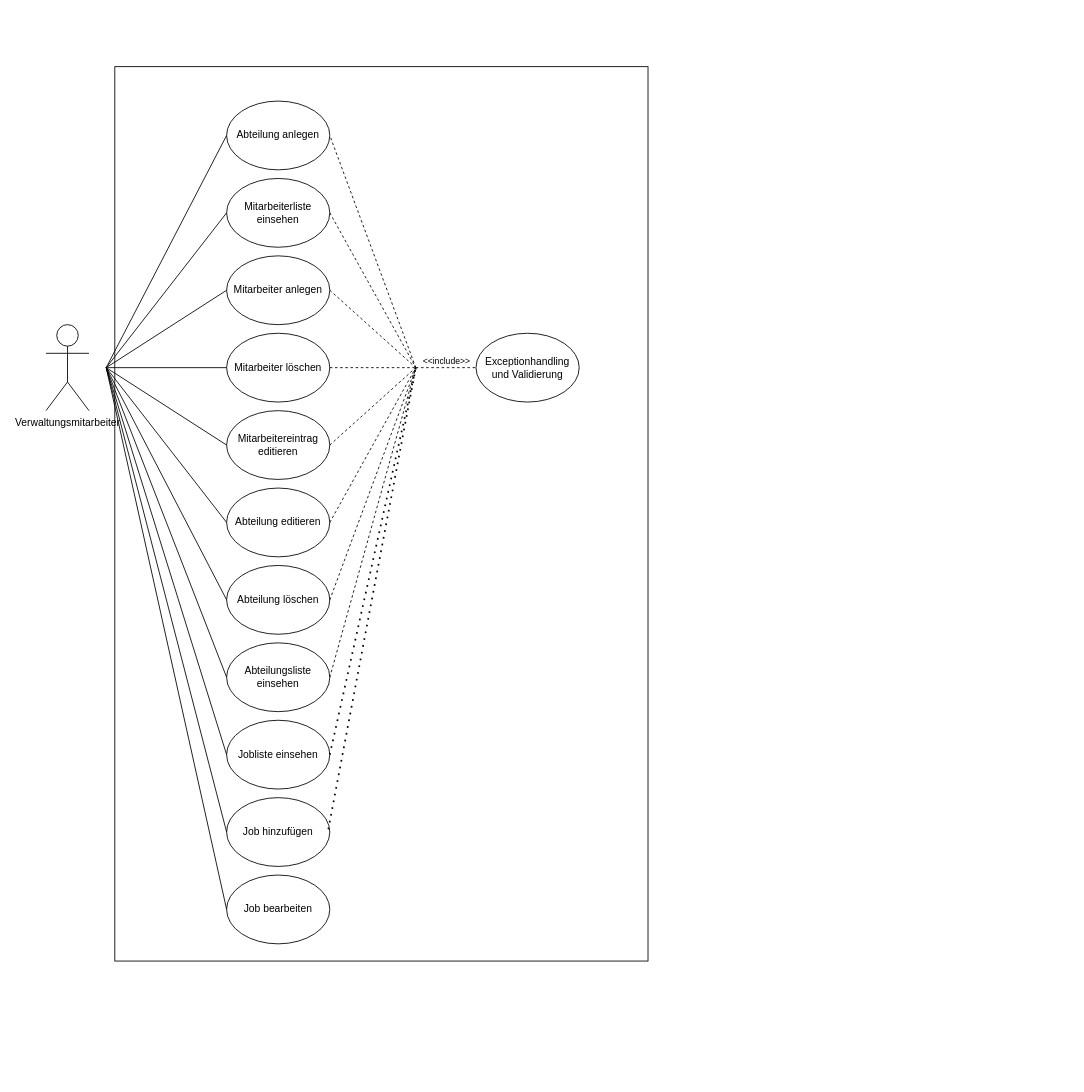
Earlier version of the draw.io diagram diagramme/usecase_diagram.drawio (patrickpfaff/lf08_erp_projekt). Source tidied: cells renumbered, new cells numbered last; positions are measured from the earlier drawing's top-left corner, leaving out a move shared by most shapes. Both pictures are drawn from the tidied source at 86%, with x=0, y=0 at pixel (46, 66).
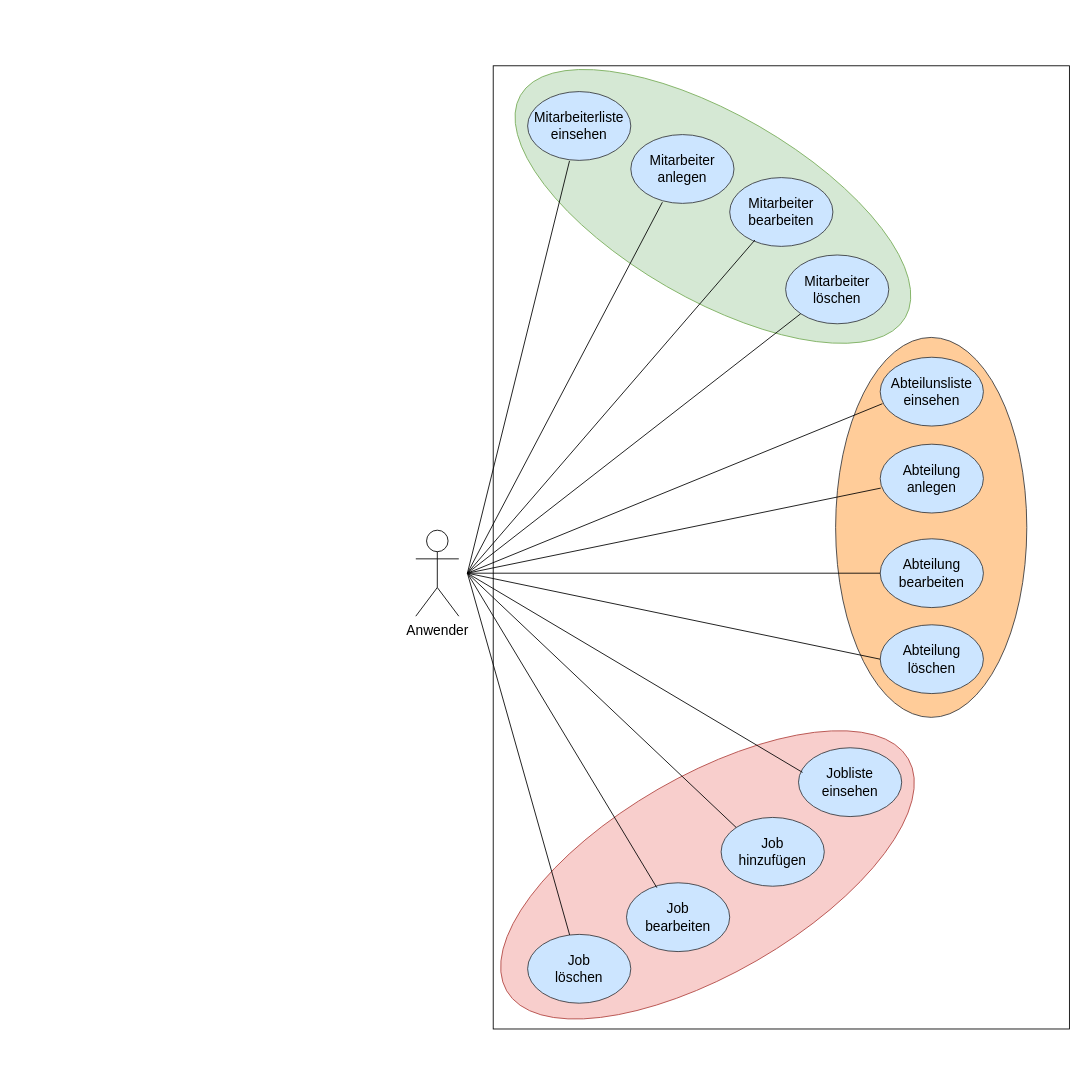
The same page after the edit.

Change to the diagram source:
```diff
@@
     <mxCell id="2" style="rounded=0;whiteSpace=wrap;html=1;" parent="1" vertex="1">
-      <mxGeometry x="80" width="620" height="1040" as="geometry" />
+      <mxGeometry x="520" y="-1" width="670" height="1120" as="geometry" />
     </mxCell>
+    <mxCell id="39" style="ellipse;whiteSpace=wrap;html=1;rotation=30;fillColor=#d5e8d4;strokeColor=#82b366;" parent="1" vertex="1">
+      <mxGeometry x="517.1" y="55" width="516.7" height="215" as="geometry" />
+    </mxCell>
+    <mxCell id="40" style="ellipse;whiteSpace=wrap;html=1;rotation=-90;fillColor=#ffcc99;strokeColor=#36393d;" parent="1" vertex="1">
+      <mxGeometry x="808.4" y="424.6" width="441.8" height="222.3" as="geometry" />
+    </mxCell>
+    <mxCell id="41" style="ellipse;whiteSpace=wrap;html=1;rotation=-30;fillColor=#f8cecc;strokeColor=#b85450;" parent="1" vertex="1">
+      <mxGeometry x="499.5" y="824.8" width="539.3" height="230" as="geometry" />
+    </mxCell>
-    <mxCell id="3" value="Verwaltungsmitarbeiter" style="shape=umlActor;verticalLabelPosition=bottom;verticalAlign=top;html=1;" parent="1" vertex="1">
-      <mxGeometry y="300" width="50" height="100" as="geometry" />
+    <mxCell id="3" value="&lt;span style=&quot;font-size: 16px;&quot;&gt;Anwender&lt;/span&gt;" style="shape=umlActor;verticalLabelPosition=bottom;verticalAlign=top;html=1;" parent="1" vertex="1">
+      <mxGeometry x="430" y="539" width="50" height="100" as="geometry" />
     </mxCell>
-    <mxCell id="4" value="Mitarbeiterliste einsehen" style="ellipse;whiteSpace=wrap;html=1;" parent="1" vertex="1">
-      <mxGeometry x="210" y="130" width="120" height="80" as="geometry" />
+    <mxCell id="4" value="&lt;font style=&quot;font-size: 16px;&quot;&gt;Mitarbeiter&lt;br&gt;anlegen&lt;/font&gt;" style="ellipse;whiteSpace=wrap;html=1;fillColor=#cce5ff;strokeColor=#36393d;" parent="1" vertex="1">
+      <mxGeometry x="680" y="79" width="120" height="80" as="geometry" />
     </mxCell>
-    <mxCell id="5" value="Mitarbeiter anlegen" style="ellipse;whiteSpace=wrap;html=1;" parent="1" vertex="1">
-      <mxGeometry x="210" y="220" width="120" height="80" as="geometry" />
+    <mxCell id="5" value="&lt;font style=&quot;font-size: 16px;&quot;&gt;Mitarbeiter&lt;br&gt;bearbeiten&lt;/font&gt;" style="ellipse;whiteSpace=wrap;html=1;fillColor=#cce5ff;strokeColor=#36393d;" parent="1" vertex="1">
+      <mxGeometry x="795" y="129" width="120" height="80" as="geometry" />
     </mxCell>
-    <mxCell id="6" value="Mitarbeiter löschen" style="ellipse;whiteSpace=wrap;html=1;" parent="1" vertex="1">
-      <mxGeometry x="210" y="310" width="120" height="80" as="geometry" />
+    <mxCell id="6" value="&lt;font style=&quot;font-size: 16px;&quot;&gt;Mitarbeiter&lt;br&gt;löschen&lt;/font&gt;" style="ellipse;whiteSpace=wrap;html=1;fillColor=#cce5ff;strokeColor=#36393d;" parent="1" vertex="1">
+      <mxGeometry x="860" y="219" width="120" height="80" as="geometry" />
     </mxCell>
-    <mxCell id="7" value="Mitarbeitereintrag editieren" style="ellipse;whiteSpace=wrap;html=1;" parent="1" vertex="1">
-      <mxGeometry x="210" y="400" width="120" height="80" as="geometry" />
+    <mxCell id="7" value="&lt;font style=&quot;font-size: 16px;&quot;&gt;Abteilunsliste&lt;br&gt;einsehen&lt;/font&gt;" style="ellipse;whiteSpace=wrap;html=1;fillColor=#cce5ff;strokeColor=#36393d;" parent="1" vertex="1">
+      <mxGeometry x="970" y="337.9" width="120" height="80" as="geometry" />
     </mxCell>
-    <mxCell id="8" value="Abteilung anlegen" style="ellipse;whiteSpace=wrap;html=1;" parent="1" vertex="1">
-      <mxGeometry x="210" y="40" width="120" height="80" as="geometry" />
+    <mxCell id="8" value="&lt;font style=&quot;font-size: 16px;&quot;&gt;Mitarbeiterliste einsehen&lt;/font&gt;" style="ellipse;whiteSpace=wrap;html=1;fillColor=#cce5ff;strokeColor=#36393d;" parent="1" vertex="1">
+      <mxGeometry x="560" y="29" width="120" height="80" as="geometry" />
     </mxCell>
-    <mxCell id="9" value="Abteilung editieren" style="ellipse;whiteSpace=wrap;html=1;" parent="1" vertex="1">
-      <mxGeometry x="210" y="490" width="120" height="80" as="geometry" />
+    <mxCell id="9" value="&lt;font style=&quot;font-size: 16px;&quot;&gt;Abteilung&lt;br&gt;anlegen&lt;/font&gt;" style="ellipse;whiteSpace=wrap;html=1;fillColor=#cce5ff;strokeColor=#36393d;" parent="1" vertex="1">
+      <mxGeometry x="970" y="439" width="120" height="80" as="geometry" />
     </mxCell>
-    <mxCell id="10" value="Abteilung löschen" style="ellipse;whiteSpace=wrap;html=1;" parent="1" vertex="1">
-      <mxGeometry x="210" y="580" width="120" height="80" as="geometry" />
+    <mxCell id="10" value="&lt;font style=&quot;font-size: 16px;&quot;&gt;Abteilung&lt;br&gt;bearbeiten&lt;/font&gt;" style="ellipse;whiteSpace=wrap;html=1;fillColor=#cce5ff;strokeColor=#36393d;" parent="1" vertex="1">
+      <mxGeometry x="970" y="549" width="120" height="80" as="geometry" />
     </mxCell>
-    <mxCell id="11" style="endArrow=none;html=1;rounded=0;entryX=0;entryY=0.5;entryDx=0;entryDy=0;" parent="1" edge="1" target="8">
-      <mxGeometry relative="1" as="geometry">
-        <mxPoint x="70" y="350" as="sourcePoint" />
-      </mxGeometry>
-    </mxCell>
-    <mxCell id="12" style="endArrow=none;html=1;rounded=0;entryX=0;entryY=0.5;entryDx=0;entryDy=0;" parent="1" edge="1" target="4">
-      <mxGeometry relative="1" as="geometry">
-        <mxPoint x="70" y="350" as="sourcePoint" />
-      </mxGeometry>
-    </mxCell>
-    <mxCell id="13" style="endArrow=none;html=1;rounded=0;entryX=0;entryY=0.5;entryDx=0;entryDy=0;" parent="1" edge="1" target="5">
-      <mxGeometry relative="1" as="geometry">
-        <mxPoint x="70" y="350" as="sourcePoint" />
-      </mxGeometry>
-    </mxCell>
-    <mxCell id="14" style="endArrow=none;html=1;rounded=0;entryX=0;entryY=0.5;entryDx=0;entryDy=0;" parent="1" edge="1" target="6">
-      <mxGeometry relative="1" as="geometry">
-        <mxPoint x="70" y="350" as="sourcePoint" />
-      </mxGeometry>
-    </mxCell>
-    <mxCell id="15" style="endArrow=none;html=1;rounded=0;entryX=0;entryY=0.5;entryDx=0;entryDy=0;" parent="1" edge="1" target="7">
-      <mxGeometry relative="1" as="geometry">
-        <mxPoint x="70" y="350" as="sourcePoint" />
-      </mxGeometry>
-    </mxCell>
-    <mxCell id="16" style="endArrow=none;html=1;rounded=0;entryX=0;entryY=0.5;entryDx=0;entryDy=0;" parent="1" edge="1" target="9">
-      <mxGeometry relative="1" as="geometry">
-        <mxPoint x="70" y="350" as="sourcePoint" />
-      </mxGeometry>
-    </mxCell>
-    <mxCell id="17" style="endArrow=none;html=1;rounded=0;entryX=0;entryY=0.5;entryDx=0;entryDy=0;" parent="1" edge="1" target="10">
-      <mxGeometry relative="1" as="geometry">
-        <mxPoint x="70" y="350" as="sourcePoint" />
-      </mxGeometry>
-    </mxCell>
-    <mxCell id="18" style="endArrow=none;dashed=1;html=1;rounded=0;entryX=1;entryY=0.5;entryDx=0;entryDy=0;" parent="1" edge="1" target="8">
-      <mxGeometry relative="1" as="geometry">
-        <mxPoint x="430" y="350" as="sourcePoint" />
-      </mxGeometry>
-    </mxCell>
-    <mxCell id="19" style="endArrow=none;dashed=1;html=1;rounded=0;exitX=1;exitY=0.5;exitDx=0;exitDy=0;" parent="1" edge="1" source="10">
-      <mxGeometry relative="1" as="geometry">
-        <mxPoint x="430" y="350" as="targetPoint" />
-      </mxGeometry>
-    </mxCell>
-    <mxCell id="20" style="endArrow=none;dashed=1;html=1;rounded=0;exitX=1;exitY=0.5;exitDx=0;exitDy=0;" parent="1" edge="1" source="9">
-      <mxGeometry relative="1" as="geometry">
-        <mxPoint x="430" y="350" as="targetPoint" />
-      </mxGeometry>
-    </mxCell>
-    <mxCell id="21" style="endArrow=none;dashed=1;html=1;rounded=0;exitX=1;exitY=0.5;exitDx=0;exitDy=0;" parent="1" edge="1" source="7">
-      <mxGeometry relative="1" as="geometry">
-        <mxPoint x="430" y="350" as="targetPoint" />
-      </mxGeometry>
-    </mxCell>
-    <mxCell id="22" style="endArrow=none;dashed=1;html=1;rounded=0;exitX=1;exitY=0.5;exitDx=0;exitDy=0;" parent="1" edge="1" source="6">
-      <mxGeometry relative="1" as="geometry">
-        <mxPoint x="430" y="350" as="targetPoint" />
-      </mxGeometry>
-    </mxCell>
-    <mxCell id="23" style="endArrow=none;dashed=1;html=1;rounded=0;" parent="1" edge="1">
-      <mxGeometry relative="1" as="geometry">
-        <mxPoint x="330" y="260" as="sourcePoint" />
-        <mxPoint x="430" y="350" as="targetPoint" />
-      </mxGeometry>
-    </mxCell>
-    <mxCell id="24" style="endArrow=none;dashed=1;html=1;rounded=0;exitX=1;exitY=0.5;exitDx=0;exitDy=0;" parent="1" edge="1" source="4">
-      <mxGeometry relative="1" as="geometry">
-        <mxPoint x="430" y="350" as="targetPoint" />
-      </mxGeometry>
-    </mxCell>
-    <mxCell id="25" style="endArrow=none;dashed=1;html=1;rounded=0;entryX=0;entryY=0.5;entryDx=0;entryDy=0;" parent="1" edge="1" target="30">
-      <mxGeometry relative="1" as="geometry">
-        <mxPoint x="430" y="350" as="sourcePoint" />
-      </mxGeometry>
-    </mxCell>
-    <mxCell id="26" value="&lt;font style=&quot;font-size: 10px;&quot;&gt;&amp;lt;&amp;lt;include&amp;gt;&amp;gt;&lt;/font&gt;" style="text;html=1;align=center;verticalAlign=middle;whiteSpace=wrap;rounded=0;" parent="1" vertex="1">
-      <mxGeometry x="436" y="332" width="60" height="20" as="geometry" />
-    </mxCell>
-    <mxCell id="27" value="Abteilungsliste einsehen" style="ellipse;whiteSpace=wrap;html=1;" parent="1" vertex="1">
-      <mxGeometry x="210" y="670" width="120" height="80" as="geometry" />
+    <mxCell id="27" value="&lt;font style=&quot;font-size: 16px;&quot;&gt;Abteilung&lt;br&gt;löschen&lt;/font&gt;" style="ellipse;whiteSpace=wrap;html=1;fillColor=#cce5ff;strokeColor=#36393d;" parent="1" vertex="1">
+      <mxGeometry x="970" y="649" width="120" height="80" as="geometry" />
     </mxCell>
-    <mxCell id="28" style="endArrow=none;html=1;rounded=0;entryX=0;entryY=0.5;entryDx=0;entryDy=0;" parent="1" edge="1" target="27">
-      <mxGeometry relative="1" as="geometry">
-        <mxPoint x="70" y="350" as="sourcePoint" />
-      </mxGeometry>
-    </mxCell>
-    <mxCell id="29" style="endArrow=none;dashed=1;html=1;rounded=0;exitX=1;exitY=0.5;exitDx=0;exitDy=0;" parent="1" edge="1" source="27">
-      <mxGeometry relative="1" as="geometry">
-        <mxPoint x="430" y="350" as="targetPoint" />
-      </mxGeometry>
-    </mxCell>
-    <mxCell id="30" value="Exceptionhandling&lt;div&gt;und Validierung&lt;/div&gt;" style="ellipse;whiteSpace=wrap;html=1;" parent="1" vertex="1">
-      <mxGeometry x="500" y="310" width="120" height="80" as="geometry" />
-    </mxCell>
-    <mxCell id="31" value="Jobliste einsehen" style="ellipse;whiteSpace=wrap;html=1;" parent="1" vertex="1">
-      <mxGeometry x="210" y="760" width="120" height="80" as="geometry" />
+    <mxCell id="31" value="&lt;font style=&quot;font-size: 16px;&quot;&gt;Jobliste&lt;br&gt;einsehen&lt;/font&gt;" style="ellipse;whiteSpace=wrap;html=1;fillColor=#cce5ff;strokeColor=#36393d;" parent="1" vertex="1">
+      <mxGeometry x="875" y="792" width="120" height="80" as="geometry" />
     </mxCell>
-    <mxCell id="32" value="Job hinzufügen" style="ellipse;whiteSpace=wrap;html=1;" parent="1" vertex="1">
-      <mxGeometry x="210" y="850" width="120" height="80" as="geometry" />
+    <mxCell id="32" value="&lt;font style=&quot;font-size: 16px;&quot;&gt;Job&lt;br&gt;hinzufügen&lt;/font&gt;" style="ellipse;whiteSpace=wrap;html=1;fillColor=#cce5ff;strokeColor=#36393d;" parent="1" vertex="1">
+      <mxGeometry x="785" y="873" width="120" height="80" as="geometry" />
     </mxCell>
-    <mxCell id="33" value="Job bearbeiten" style="ellipse;whiteSpace=wrap;html=1;" parent="1" vertex="1">
-      <mxGeometry x="210" y="940" width="120" height="80" as="geometry" />
+    <mxCell id="33" value="&lt;font style=&quot;font-size: 16px;&quot;&gt;Job&lt;br&gt;bearbeiten&lt;/font&gt;" style="ellipse;whiteSpace=wrap;html=1;fillColor=#cce5ff;strokeColor=#36393d;" parent="1" vertex="1">
+      <mxGeometry x="675" y="949" width="120" height="80" as="geometry" />
     </mxCell>
-    <mxCell id="34" style="endArrow=none;html=1;rounded=0;exitX=0;exitY=0.5;exitDx=0;exitDy=0;" parent="1" edge="1" source="31">
-      <mxGeometry relative="1" as="geometry">
-        <mxPoint x="70" y="350" as="targetPoint" />
-      </mxGeometry>
-    </mxCell>
-    <mxCell id="35" style="endArrow=none;html=1;rounded=0;entryX=0;entryY=0.5;entryDx=0;entryDy=0;" parent="1" edge="1" target="32">
-      <mxGeometry relative="1" as="geometry">
-        <mxPoint x="70" y="350" as="sourcePoint" />
-      </mxGeometry>
-    </mxCell>
-    <mxCell id="36" style="endArrow=none;html=1;rounded=0;entryX=0;entryY=0.5;entryDx=0;entryDy=0;" parent="1" edge="1" target="33">
-      <mxGeometry relative="1" as="geometry">
-        <mxPoint x="70" y="350" as="sourcePoint" />
-      </mxGeometry>
-    </mxCell>
-    <mxCell id="37" style="endArrow=none;dashed=1;html=1;dashPattern=1 3;strokeWidth=2;rounded=0;exitX=1;exitY=0.5;exitDx=0;exitDy=0;" parent="1" edge="1" source="31">
-      <mxGeometry relative="1" as="geometry">
-        <mxPoint x="430" y="350" as="targetPoint" />
-      </mxGeometry>
-    </mxCell>
-    <mxCell id="38" style="endArrow=none;dashed=1;html=1;dashPattern=1 3;strokeWidth=2;rounded=0;exitX=0.986;exitY=0.459;exitDx=0;exitDy=0;exitPerimeter=0;" parent="1" edge="1" source="32">
-      <mxGeometry relative="1" as="geometry">
-        <mxPoint x="430" y="350" as="targetPoint" />
-      </mxGeometry>
-    </mxCell>
+    <mxCell id="42" value="&lt;font style=&quot;font-size: 16px;&quot;&gt;Job&lt;br&gt;löschen&lt;/font&gt;" style="ellipse;whiteSpace=wrap;html=1;fillColor=#cce5ff;strokeColor=#36393d;" parent="1" vertex="1">
+      <mxGeometry x="560" y="1009" width="120" height="80" as="geometry" />
+    </mxCell>
+    <mxCell id="43" style="endArrow=none;html=1;rounded=0;entryX=0.406;entryY=1.008;entryDx=0;entryDy=0;entryPerimeter=0;" parent="1" edge="1" target="8">
+      <mxGeometry relative="1" as="geometry">
+        <mxPoint x="490" y="589" as="sourcePoint" />
+      </mxGeometry>
+    </mxCell>
+    <mxCell id="44" style="endArrow=none;html=1;rounded=0;entryX=0.306;entryY=0.983;entryDx=0;entryDy=0;entryPerimeter=0;" parent="1" edge="1" target="4">
+      <mxGeometry relative="1" as="geometry">
+        <mxPoint x="490" y="589" as="sourcePoint" />
+      </mxGeometry>
+    </mxCell>
+    <mxCell id="45" style="endArrow=none;html=1;rounded=0;entryX=0.244;entryY=0.908;entryDx=0;entryDy=0;entryPerimeter=0;" parent="1" edge="1" target="5">
+      <mxGeometry relative="1" as="geometry">
+        <mxPoint x="490" y="589" as="sourcePoint" />
+      </mxGeometry>
+    </mxCell>
+    <mxCell id="46" style="endArrow=none;html=1;rounded=0;entryX=0;entryY=1;entryDx=0;entryDy=0;" parent="1" edge="1" target="6">
+      <mxGeometry relative="1" as="geometry">
+        <mxPoint x="490" y="589" as="sourcePoint" />
+      </mxGeometry>
+    </mxCell>
+    <mxCell id="47" style="endArrow=none;html=1;rounded=0;entryX=0.022;entryY=0.675;entryDx=0;entryDy=0;entryPerimeter=0;" parent="1" edge="1" target="7">
+      <mxGeometry relative="1" as="geometry">
+        <mxPoint x="490" y="589" as="sourcePoint" />
+      </mxGeometry>
+    </mxCell>
+    <mxCell id="48" style="endArrow=none;html=1;rounded=0;entryX=0.006;entryY=0.638;entryDx=0;entryDy=0;entryPerimeter=0;" parent="1" edge="1" target="9">
+      <mxGeometry relative="1" as="geometry">
+        <mxPoint x="490" y="589" as="sourcePoint" />
+      </mxGeometry>
+    </mxCell>
+    <mxCell id="49" style="endArrow=none;html=1;rounded=0;entryX=0;entryY=0.5;entryDx=0;entryDy=0;" parent="1" edge="1" target="10">
+      <mxGeometry relative="1" as="geometry">
+        <mxPoint x="490" y="589" as="sourcePoint" />
+      </mxGeometry>
+    </mxCell>
+    <mxCell id="50" style="endArrow=none;html=1;rounded=0;entryX=0;entryY=0.5;entryDx=0;entryDy=0;" parent="1" edge="1" target="27">
+      <mxGeometry relative="1" as="geometry">
+        <mxPoint x="490" y="589" as="sourcePoint" />
+      </mxGeometry>
+    </mxCell>
+    <mxCell id="51" style="endArrow=none;html=1;rounded=0;entryX=0.039;entryY=0.358;entryDx=0;entryDy=0;entryPerimeter=0;" parent="1" edge="1" target="31">
+      <mxGeometry relative="1" as="geometry">
+        <mxPoint x="490" y="589" as="sourcePoint" />
+      </mxGeometry>
+    </mxCell>
+    <mxCell id="52" style="endArrow=none;html=1;rounded=0;entryX=0;entryY=0;entryDx=0;entryDy=0;" parent="1" edge="1" target="32">
+      <mxGeometry relative="1" as="geometry">
+        <mxPoint x="490" y="589" as="sourcePoint" />
+      </mxGeometry>
+    </mxCell>
+    <mxCell id="53" style="endArrow=none;html=1;rounded=0;" parent="1" edge="1" target="42">
+      <mxGeometry relative="1" as="geometry">
+        <mxPoint x="490" y="589" as="sourcePoint" />
+      </mxGeometry>
+    </mxCell>
+    <mxCell id="54" style="endArrow=none;html=1;rounded=0;entryX=0.294;entryY=0.071;entryDx=0;entryDy=0;entryPerimeter=0;" parent="1" edge="1" target="33">
+      <mxGeometry relative="1" as="geometry">
+        <mxPoint x="490" y="589" as="sourcePoint" />
+      </mxGeometry>
+    </mxCell>
```
